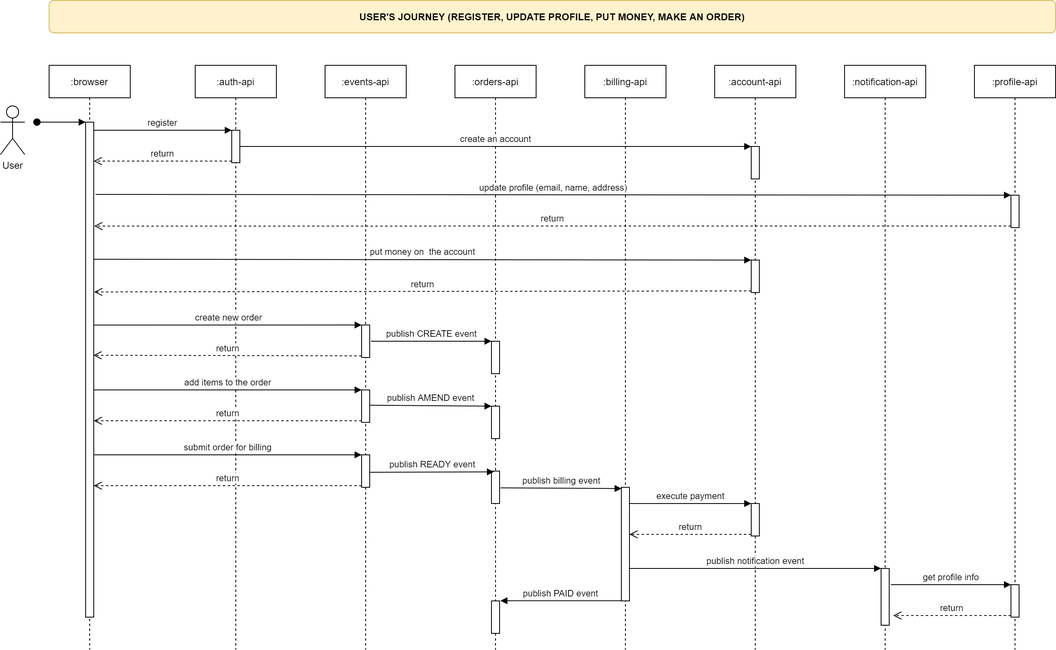
vndovr/otus-sample-saga keeps this draw.io diagram as UserJourney.png. Above is the earlier version. Source tidied: cells renumbered, new cells last; positions are measured from the earlier drawing's top-left corner, leaving out a move shared by most shapes.
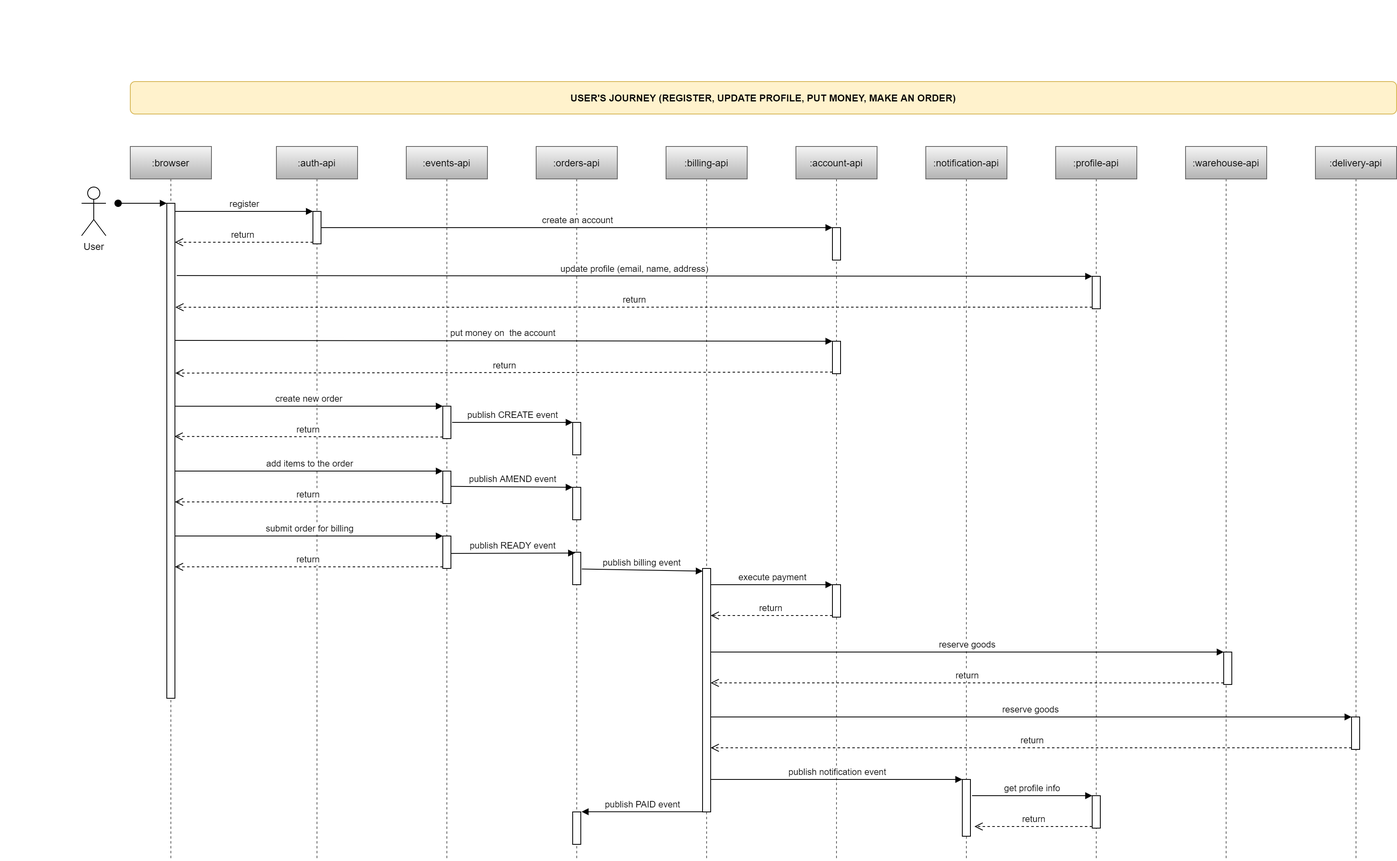
After the change.

Diff of the diagram source:
```diff
@@ -2,8 +2,8 @@
   <root>
     <mxCell id="0" />
     <mxCell id="1" parent="0" />
-    <mxCell id="2" value=":browser" style="shape=umlLifeline;perimeter=lifelinePerimeter;rounded=0;shadow=0;strokeWidth=1;" parent="1" vertex="1">
-      <mxGeometry x="60" y="80" width="100" height="720" as="geometry" />
+    <mxCell id="2" value=":browser" style="shape=umlLifeline;perimeter=lifelinePerimeter;rounded=0;shadow=0;strokeWidth=1;fillColor=#f5f5f5;strokeColor=#666666;gradientColor=#b3b3b3;" parent="1" vertex="1">
+      <mxGeometry x="60" y="80" width="100" height="880" as="geometry" />
     </mxCell>
     <mxCell id="3" style="points=[];perimeter=orthogonalPerimeter;rounded=0;shadow=0;strokeWidth=1;" parent="2" vertex="1">
       <mxGeometry x="45" y="70" width="10" height="610" as="geometry" />
@@ -13,8 +13,8 @@
         <mxPoint x="-15" y="70" as="sourcePoint" />
       </mxGeometry>
     </mxCell>
-    <mxCell id="5" value=":auth-api" style="shape=umlLifeline;perimeter=lifelinePerimeter;rounded=0;shadow=0;strokeWidth=1;" parent="1" vertex="1">
-      <mxGeometry x="240" y="80" width="100" height="720" as="geometry" />
+    <mxCell id="5" value=":auth-api" style="shape=umlLifeline;perimeter=lifelinePerimeter;rounded=0;shadow=0;strokeWidth=1;fillColor=#f5f5f5;strokeColor=#666666;gradientColor=#b3b3b3;" parent="1" vertex="1">
+      <mxGeometry x="240" y="80" width="100" height="880" as="geometry" />
     </mxCell>
     <mxCell id="6" style="points=[];perimeter=orthogonalPerimeter;rounded=0;shadow=0;strokeWidth=1;" parent="5" vertex="1">
       <mxGeometry x="45" y="80" width="10" height="40" as="geometry" />
@@ -28,8 +28,8 @@
     <mxCell id="9" value="User" style="shape=umlActor;verticalLabelPosition=bottom;verticalAlign=top;html=1;" parent="1" vertex="1">
       <mxGeometry y="130" width="30" height="60" as="geometry" />
     </mxCell>
-    <mxCell id="10" value=":account-api" style="shape=umlLifeline;perimeter=lifelinePerimeter;whiteSpace=wrap;html=1;" parent="1" vertex="1">
-      <mxGeometry x="880" y="80" width="100" height="720" as="geometry" />
+    <mxCell id="10" value=":account-api" style="shape=umlLifeline;perimeter=lifelinePerimeter;whiteSpace=wrap;html=1;fillColor=#f5f5f5;strokeColor=#666666;gradientColor=#b3b3b3;" parent="1" vertex="1">
+      <mxGeometry x="880" y="80" width="100" height="880" as="geometry" />
     </mxCell>
     <mxCell id="11" style="html=1;points=[];perimeter=orthogonalPerimeter;" parent="10" vertex="1">
       <mxGeometry x="45" y="540" width="10" height="40" as="geometry" />
@@ -40,14 +40,14 @@
     <mxCell id="13" style="html=1;points=[];perimeter=orthogonalPerimeter;" parent="10" vertex="1">
       <mxGeometry x="45" y="240" width="10" height="40" as="geometry" />
     </mxCell>
-    <mxCell id="14" value=":billing-api" style="shape=umlLifeline;perimeter=lifelinePerimeter;whiteSpace=wrap;html=1;" parent="1" vertex="1">
-      <mxGeometry x="720" y="80" width="100" height="720" as="geometry" />
+    <mxCell id="14" value=":billing-api" style="shape=umlLifeline;perimeter=lifelinePerimeter;whiteSpace=wrap;html=1;fillColor=#f5f5f5;strokeColor=#666666;gradientColor=#b3b3b3;" parent="1" vertex="1">
+      <mxGeometry x="720" y="80" width="100" height="880" as="geometry" />
     </mxCell>
     <mxCell id="15" style="html=1;points=[];perimeter=orthogonalPerimeter;" parent="14" vertex="1">
-      <mxGeometry x="45" y="520" width="10" height="140" as="geometry" />
+      <mxGeometry x="45" y="520" width="10" height="300" as="geometry" />
     </mxCell>
-    <mxCell id="16" value=":events-api" style="shape=umlLifeline;perimeter=lifelinePerimeter;whiteSpace=wrap;html=1;" parent="1" vertex="1">
-      <mxGeometry x="400" y="80" width="100" height="720" as="geometry" />
+    <mxCell id="16" value=":events-api" style="shape=umlLifeline;perimeter=lifelinePerimeter;whiteSpace=wrap;html=1;fillColor=#f5f5f5;strokeColor=#666666;gradientColor=#b3b3b3;" parent="1" vertex="1">
+      <mxGeometry x="400" y="80" width="100" height="880" as="geometry" />
     </mxCell>
     <mxCell id="17" style="html=1;points=[];perimeter=orthogonalPerimeter;" parent="16" vertex="1">
       <mxGeometry x="45" y="480" width="10" height="40" as="geometry" />
@@ -64,8 +64,8 @@
     <mxCell id="21" value="return" style="html=1;verticalAlign=bottom;endArrow=open;dashed=1;endSize=8;exitX=0;exitY=0.95;" parent="1" edge="1" source="17" target="3">
       <mxGeometry relative="1" as="geometry" />
     </mxCell>
-    <mxCell id="22" value=":orders-api" style="shape=umlLifeline;perimeter=lifelinePerimeter;whiteSpace=wrap;html=1;" parent="1" vertex="1">
-      <mxGeometry x="560" y="80" width="100" height="720" as="geometry" />
+    <mxCell id="22" value=":orders-api" style="shape=umlLifeline;perimeter=lifelinePerimeter;whiteSpace=wrap;html=1;fillColor=#f5f5f5;strokeColor=#666666;gradientColor=#b3b3b3;" parent="1" vertex="1">
+      <mxGeometry x="560" y="80" width="100" height="880" as="geometry" />
     </mxCell>
     <mxCell id="23" style="html=1;points=[];perimeter=orthogonalPerimeter;" parent="22" vertex="1">
       <mxGeometry x="45" y="500" width="10" height="40" as="geometry" />
@@ -77,7 +77,7 @@
       <mxGeometry x="45" y="420" width="10" height="40" as="geometry" />
     </mxCell>
     <mxCell id="26" style="html=1;points=[];perimeter=orthogonalPerimeter;" parent="22" vertex="1">
-      <mxGeometry x="45" y="660" width="10" height="40" as="geometry" />
+      <mxGeometry x="45" y="820" width="10" height="40" as="geometry" />
     </mxCell>
     <mxCell id="27" value="publish billing event" style="html=1;verticalAlign=bottom;endArrow=block;entryX=0.029;entryY=0.011;entryDx=0;entryDy=0;entryPerimeter=0;exitX=1.125;exitY=0.517;exitDx=0;exitDy=0;exitPerimeter=0;" parent="1" edge="1" source="23" target="15">
       <mxGeometry relative="1" as="geometry" />
@@ -88,23 +88,25 @@
     <mxCell id="29" value="return" style="html=1;verticalAlign=bottom;endArrow=open;dashed=1;endSize=8;exitX=0;exitY=0.95;" parent="1" edge="1" source="11" target="15">
       <mxGeometry relative="1" as="geometry" />
     </mxCell>
-    <mxCell id="30" value=":notification-api" style="shape=umlLifeline;perimeter=lifelinePerimeter;whiteSpace=wrap;html=1;" parent="1" vertex="1">
-      <mxGeometry x="1040" y="80" width="100" height="720" as="geometry" />
+    <mxCell id="30" value=":notification-api" style="shape=umlLifeline;perimeter=lifelinePerimeter;whiteSpace=wrap;html=1;fillColor=#f5f5f5;strokeColor=#666666;gradientColor=#b3b3b3;" parent="1" vertex="1">
+      <mxGeometry x="1040" y="80" width="100" height="880" as="geometry" />
     </mxCell>
     <mxCell id="31" style="html=1;points=[];perimeter=orthogonalPerimeter;" parent="30" vertex="1">
-      <mxGeometry x="45" y="620" width="10" height="70" as="geometry" />
+      <mxGeometry x="45" y="780" width="10" height="70" as="geometry" />
     </mxCell>
-    <mxCell id="32" value="publish notification event" style="html=1;verticalAlign=bottom;endArrow=block;entryX=0;entryY=0;" parent="1" edge="1" source="15" target="31">
-      <mxGeometry relative="1" as="geometry" />
+    <mxCell id="32" value="publish notification event" style="html=1;verticalAlign=bottom;endArrow=block;entryX=0;entryY=0;" parent="1" edge="1" target="31">
+      <mxGeometry relative="1" as="geometry">
+        <mxPoint x="775" y="860" as="sourcePoint" />
+      </mxGeometry>
     </mxCell>
-    <mxCell id="33" value=":profile-api" style="shape=umlLifeline;perimeter=lifelinePerimeter;whiteSpace=wrap;html=1;" parent="1" vertex="1">
-      <mxGeometry x="1200" y="80" width="100" height="720" as="geometry" />
+    <mxCell id="33" value=":profile-api" style="shape=umlLifeline;perimeter=lifelinePerimeter;whiteSpace=wrap;html=1;fillColor=#f5f5f5;strokeColor=#666666;gradientColor=#b3b3b3;" parent="1" vertex="1">
+      <mxGeometry x="1200" y="80" width="100" height="880" as="geometry" />
     </mxCell>
     <mxCell id="34" style="html=1;points=[];perimeter=orthogonalPerimeter;" parent="33" vertex="1">
       <mxGeometry x="45" y="160" width="10" height="40" as="geometry" />
     </mxCell>
     <mxCell id="35" style="html=1;points=[];perimeter=orthogonalPerimeter;" parent="33" vertex="1">
-      <mxGeometry x="45" y="640" width="10" height="40" as="geometry" />
+      <mxGeometry x="45" y="800" width="10" height="40" as="geometry" />
     </mxCell>
     <mxCell id="36" value="create an account" style="html=1;verticalAlign=bottom;endArrow=block;entryX=0;entryY=0;" parent="1" edge="1" source="6" target="12">
       <mxGeometry relative="1" as="geometry" />
@@ -146,19 +148,45 @@
     </mxCell>
     <mxCell id="48" value="return" style="html=1;verticalAlign=bottom;endArrow=open;dashed=1;endSize=8;exitX=0;exitY=0.95;" parent="1" edge="1" source="35">
       <mxGeometry relative="1" as="geometry">
-        <mxPoint x="1100" y="758" as="targetPoint" />
+        <mxPoint x="1100" y="918" as="targetPoint" />
       </mxGeometry>
     </mxCell>
     <mxCell id="49" value="get profile info" style="html=1;verticalAlign=bottom;endArrow=block;entryX=0;entryY=0;" parent="1" edge="1" target="35">
       <mxGeometry relative="1" as="geometry">
-        <mxPoint x="1097" y="720" as="sourcePoint" />
+        <mxPoint x="1097" y="880" as="sourcePoint" />
       </mxGeometry>
     </mxCell>
-    <mxCell id="50" value="publish PAID event" style="html=1;verticalAlign=bottom;endArrow=block;entryX=1.1;entryY=-0.005;entryDx=0;entryDy=0;entryPerimeter=0;" parent="1" edge="1" source="15" target="26">
-      <mxGeometry relative="1" as="geometry" />
+    <mxCell id="50" value="publish PAID event" style="html=1;verticalAlign=bottom;endArrow=block;entryX=1.1;entryY=-0.005;entryDx=0;entryDy=0;entryPerimeter=0;" parent="1" edge="1" target="26">
+      <mxGeometry relative="1" as="geometry">
+        <mxPoint x="765" y="899.8" as="sourcePoint" />
+      </mxGeometry>
     </mxCell>
     <mxCell id="51" value="USER'S JOURNEY (REGISTER, UPDATE PROFILE, PUT MONEY, MAKE AN ORDER)" style="rounded=1;whiteSpace=wrap;html=1;fontStyle=1;fillColor=#fff2cc;strokeColor=#d6b656;" parent="1" vertex="1">
-      <mxGeometry x="60" width="1240" height="40" as="geometry" />
+      <mxGeometry x="60" width="1560" height="40" as="geometry" />
     </mxCell>
+    <mxCell id="52" value=":warehouse-api" style="shape=umlLifeline;perimeter=lifelinePerimeter;whiteSpace=wrap;html=1;fillColor=#f5f5f5;strokeColor=#666666;gradientColor=#b3b3b3;" parent="1" vertex="1">
+      <mxGeometry x="1360" y="80" width="100" height="880" as="geometry" />
+    </mxCell>
+    <mxCell id="53" value=":delivery-api" style="shape=umlLifeline;perimeter=lifelinePerimeter;whiteSpace=wrap;html=1;fillColor=#f5f5f5;strokeColor=#666666;gradientColor=#b3b3b3;" parent="1" vertex="1">
+      <mxGeometry x="1520" y="80" width="100" height="880" as="geometry" />
+    </mxCell>
+    <mxCell id="54" style="html=1;points=[];perimeter=orthogonalPerimeter;" parent="1" vertex="1">
+      <mxGeometry x="1407" y="703" width="10" height="40" as="geometry" />
+    </mxCell>
+    <mxCell id="55" value="reserve goods" style="html=1;verticalAlign=bottom;endArrow=block;entryX=0;entryY=0;" parent="1" edge="1" source="15" target="54">
+      <mxGeometry relative="1" as="geometry" />
+    </mxCell>
+    <mxCell id="56" value="return" style="html=1;verticalAlign=bottom;endArrow=open;dashed=1;endSize=8;exitX=0;exitY=0.95;" parent="1" edge="1" source="54" target="15">
+      <mxGeometry relative="1" as="geometry" />
+    </mxCell>
+    <mxCell id="57" style="html=1;points=[];perimeter=orthogonalPerimeter;" parent="1" vertex="1">
+      <mxGeometry x="1564.5" y="783" width="10" height="40" as="geometry" />
+    </mxCell>
+    <mxCell id="58" value="reserve goods" style="html=1;verticalAlign=bottom;endArrow=block;entryX=0;entryY=0;" parent="1" edge="1" source="15" target="57">
+      <mxGeometry relative="1" as="geometry" />
+    </mxCell>
+    <mxCell id="59" value="return" style="html=1;verticalAlign=bottom;endArrow=open;dashed=1;endSize=8;exitX=0;exitY=0.95;" parent="1" edge="1" source="57" target="15">
+      <mxGeometry relative="1" as="geometry" />
+    </mxCell>
   </root>
 </mxGraphModel>
```
